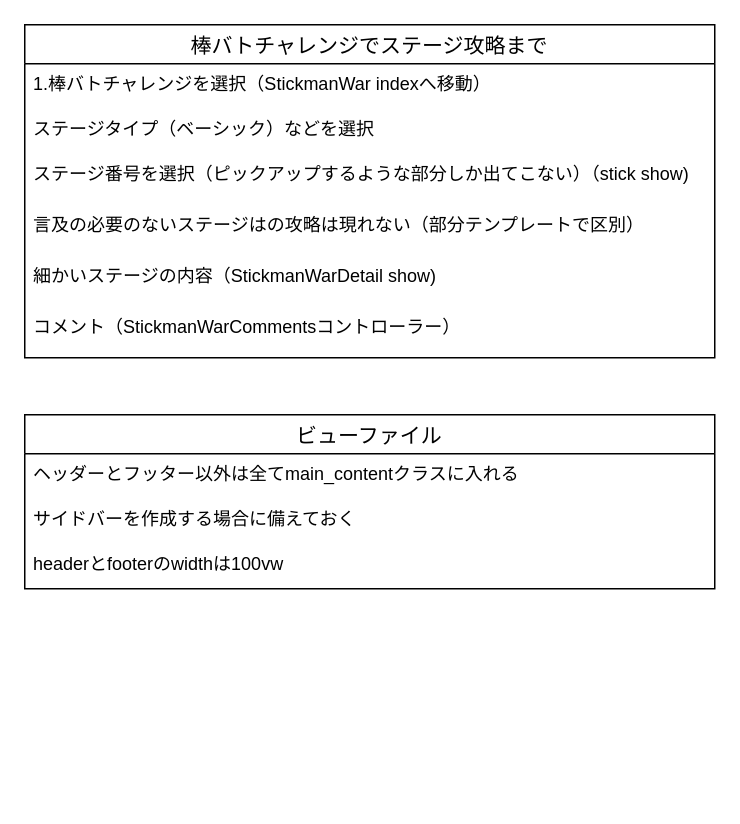
The draw.io diagram memo.dio in runba3011/runba_home, before the edit. Source tidied: cells renumbered, new cells numbered last; positions are measured from the earlier drawing's top-left corner, leaving out a move shared by most shapes. Both pictures are drawn from the tidied source at 150%, with x=0, y=0 at pixel (24, 24).
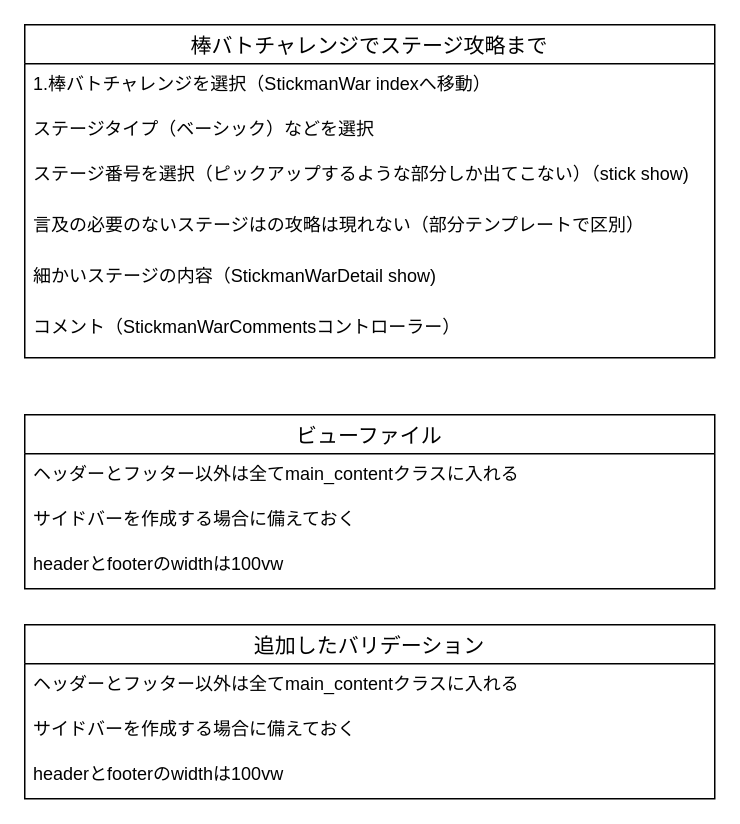
The same diagram, later.

Diff of the diagram source:
```diff
@@
 <mxGraphModel>
   <root>
     <mxCell id="0" />
     <mxCell id="1" parent="0" />
     <mxCell id="2" value="棒バトチャレンジでステージ攻略まで" style="swimlane;fontStyle=0;horizontal=1;startSize=26;align=center;fontSize=14;" parent="1" vertex="1">
       <mxGeometry width="460" height="222" as="geometry" />
     </mxCell>
     <mxCell id="3" value="1.棒バトチャレンジを選択（StickmanWar indexへ移動）" style="text;strokeColor=none;fillColor=none;spacingLeft=4;spacingRight=4;overflow=hidden;fontSize=12;" parent="2" vertex="1">
       <mxGeometry y="26" width="460" height="30" as="geometry" />
     </mxCell>
     <mxCell id="4" value="ステージタイプ（ベーシック）などを選択" style="text;strokeColor=none;fillColor=none;spacingLeft=4;spacingRight=4;overflow=hidden;fontSize=12;" parent="2" vertex="1">
       <mxGeometry y="56" width="460" height="30" as="geometry" />
     </mxCell>
     <mxCell id="5" value="ステージ番号を選択（ピックアップするような部分しか出てこない）（stick show)" style="text;strokeColor=none;fillColor=none;spacingLeft=4;spacingRight=4;overflow=hidden;fontSize=12;" parent="2" vertex="1">
       <mxGeometry y="86" width="460" height="34" as="geometry" />
     </mxCell>
     <mxCell id="6" value="言及の必要のないステージはの攻略は現れない（部分テンプレートで区別）" style="text;strokeColor=none;fillColor=none;spacingLeft=4;spacingRight=4;overflow=hidden;fontSize=12;" parent="2" vertex="1">
       <mxGeometry y="120" width="460" height="34" as="geometry" />
     </mxCell>
     <mxCell id="7" value="細かいステージの内容（StickmanWarDetail show)" style="text;strokeColor=none;fillColor=none;spacingLeft=4;spacingRight=4;overflow=hidden;fontSize=12;" parent="2" vertex="1">
       <mxGeometry y="154" width="460" height="34" as="geometry" />
     </mxCell>
     <mxCell id="8" value="コメント（StickmanWarCommentsコントローラー）" style="text;strokeColor=none;fillColor=none;spacingLeft=4;spacingRight=4;overflow=hidden;fontSize=12;" parent="2" vertex="1">
       <mxGeometry y="188" width="460" height="34" as="geometry" />
     </mxCell>
     <mxCell id="9" value="ビューファイル" style="swimlane;fontStyle=0;horizontal=1;startSize=26;align=center;fontSize=14;" parent="1" vertex="1">
       <mxGeometry y="260" width="460" height="116" as="geometry" />
     </mxCell>
     <mxCell id="10" value="ヘッダーとフッター以外は全てmain_contentクラスに入れる" style="text;strokeColor=none;fillColor=none;spacingLeft=4;spacingRight=4;overflow=hidden;fontSize=12;" parent="9" vertex="1">
       <mxGeometry y="26" width="460" height="30" as="geometry" />
     </mxCell>
     <mxCell id="11" value="サイドバーを作成する場合に備えておく" style="text;strokeColor=none;fillColor=none;spacingLeft=4;spacingRight=4;overflow=hidden;fontSize=12;" parent="9" vertex="1">
       <mxGeometry y="56" width="460" height="30" as="geometry" />
     </mxCell>
     <mxCell id="12" value="headerとfooterのwidthは100vw" style="text;strokeColor=none;fillColor=none;spacingLeft=4;spacingRight=4;overflow=hidden;fontSize=12;" parent="9" vertex="1">
       <mxGeometry y="86" width="460" height="30" as="geometry" />
     </mxCell>
+    <mxCell id="13" value="追加したバリデーション" style="swimlane;fontStyle=0;horizontal=1;startSize=26;align=center;fontSize=14;" parent="1" vertex="1">
+      <mxGeometry y="400" width="460" height="116" as="geometry" />
+    </mxCell>
+    <mxCell id="14" value="ヘッダーとフッター以外は全てmain_contentクラスに入れる" style="text;strokeColor=none;fillColor=none;spacingLeft=4;spacingRight=4;overflow=hidden;fontSize=12;" parent="13" vertex="1">
+      <mxGeometry y="26" width="460" height="30" as="geometry" />
+    </mxCell>
+    <mxCell id="15" value="サイドバーを作成する場合に備えておく" style="text;strokeColor=none;fillColor=none;spacingLeft=4;spacingRight=4;overflow=hidden;fontSize=12;" parent="13" vertex="1">
+      <mxGeometry y="56" width="460" height="30" as="geometry" />
+    </mxCell>
+    <mxCell id="16" value="headerとfooterのwidthは100vw" style="text;strokeColor=none;fillColor=none;spacingLeft=4;spacingRight=4;overflow=hidden;fontSize=12;" parent="13" vertex="1">
+      <mxGeometry y="86" width="460" height="30" as="geometry" />
+    </mxCell>
   </root>
 </mxGraphModel>
```
